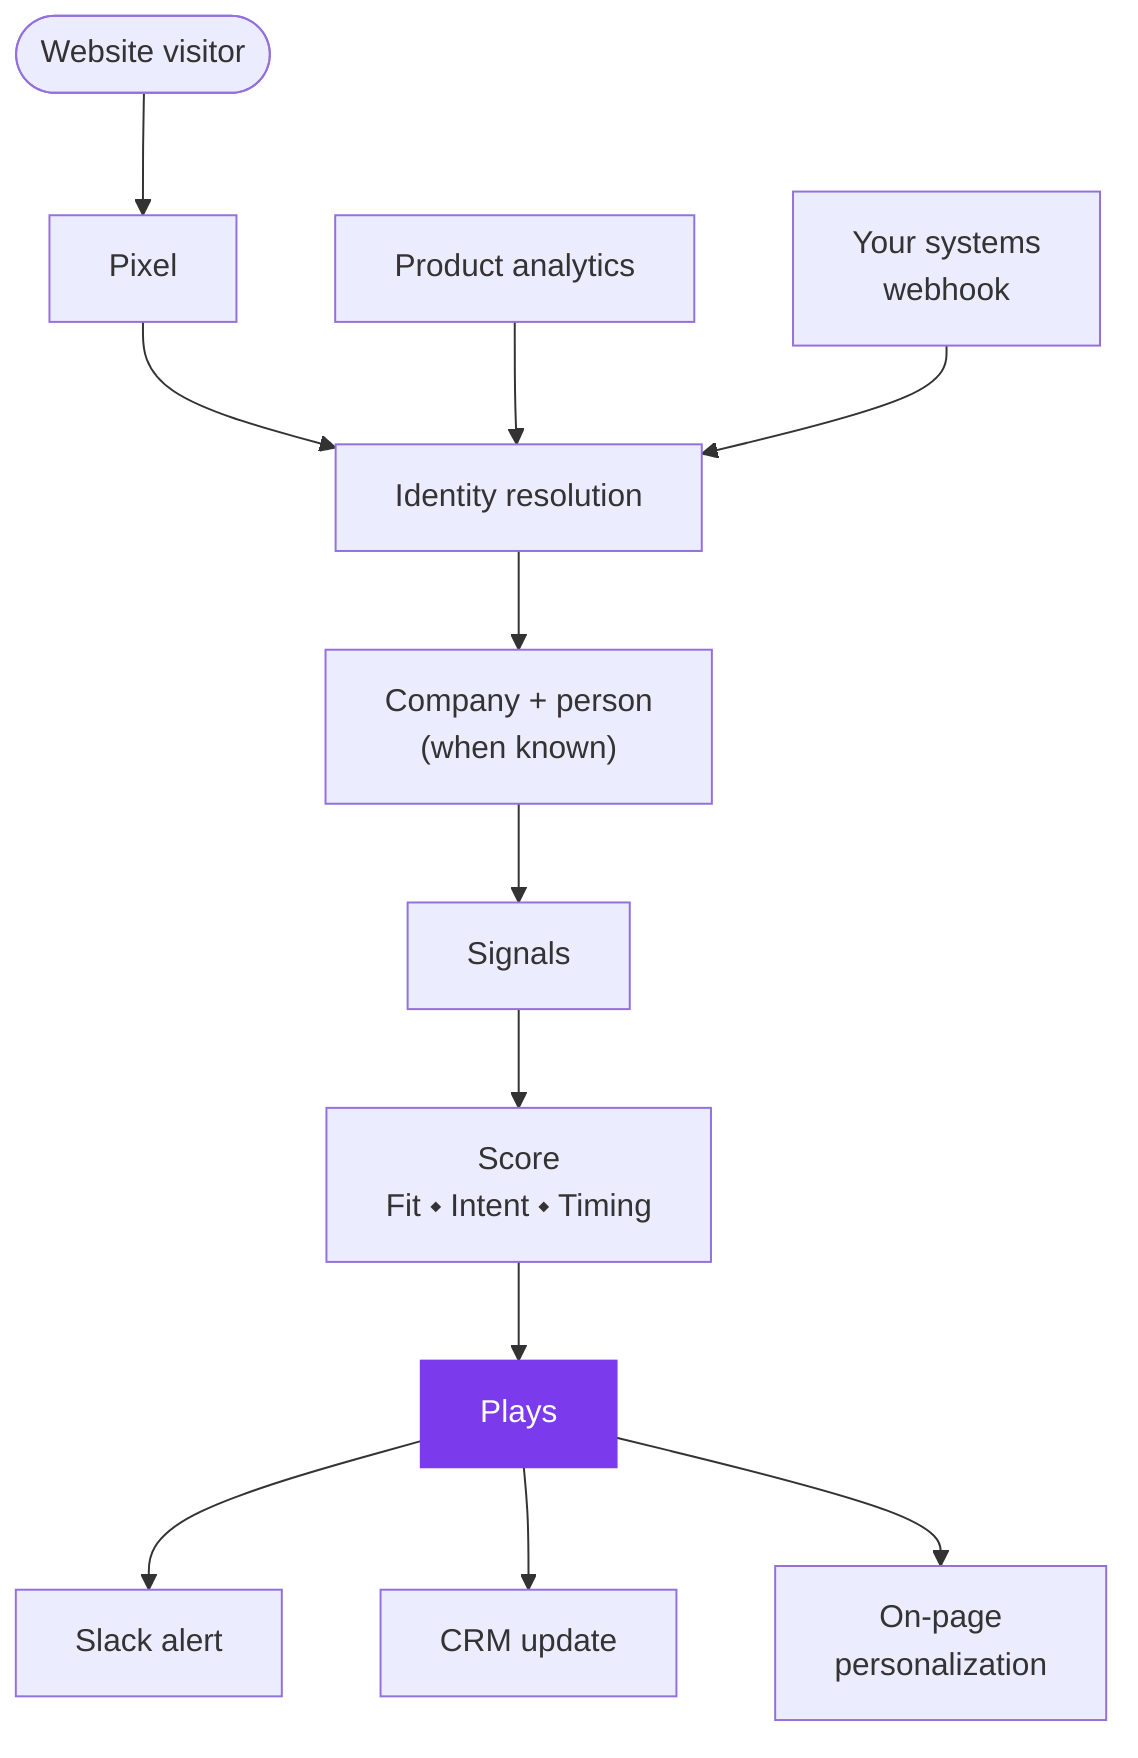
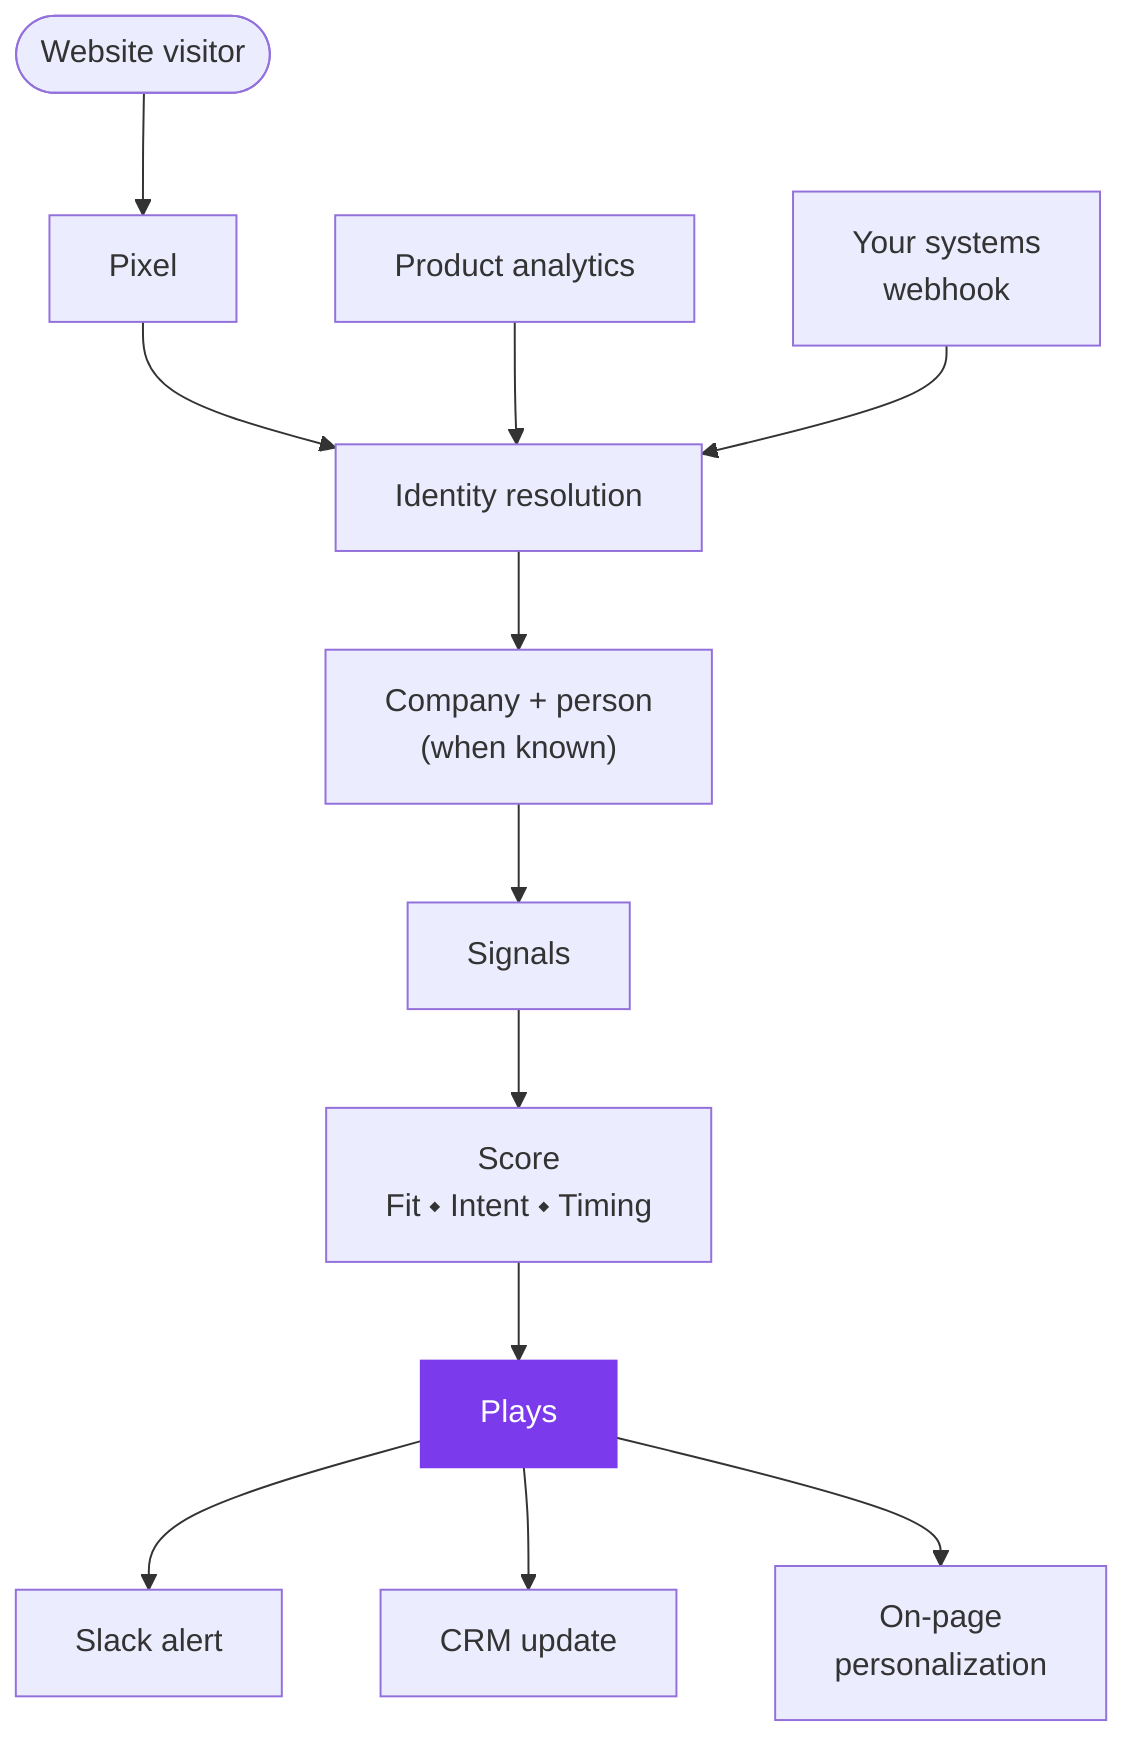
flowchart TB
    V([Website visitor]) --> P[Pixel]
    P --> ID[Identity resolution]
    PH[Product analytics] --> ID
    WH[Your systems<br/>webhook] --> ID
    ID --> CO["Company + person<br/>(when known)"]
    CO --> S[Signals]
-     S --> SC["Score<br/>Fit ⬩ Intent ⬩ Timing"]
+     S --> SC["Score<br/>Fit&nbsp;⬩&nbsp;Intent&nbsp;⬩&nbsp;Timing"]
    SC --> PL[Plays]:::accent
    PL --> O1[Slack alert]
    PL --> O2[CRM update]
    PL --> O3[On-page<br/>personalization]
    classDef accent fill:#7C3AED,stroke:#7C3AED,color:#FFFFFF
